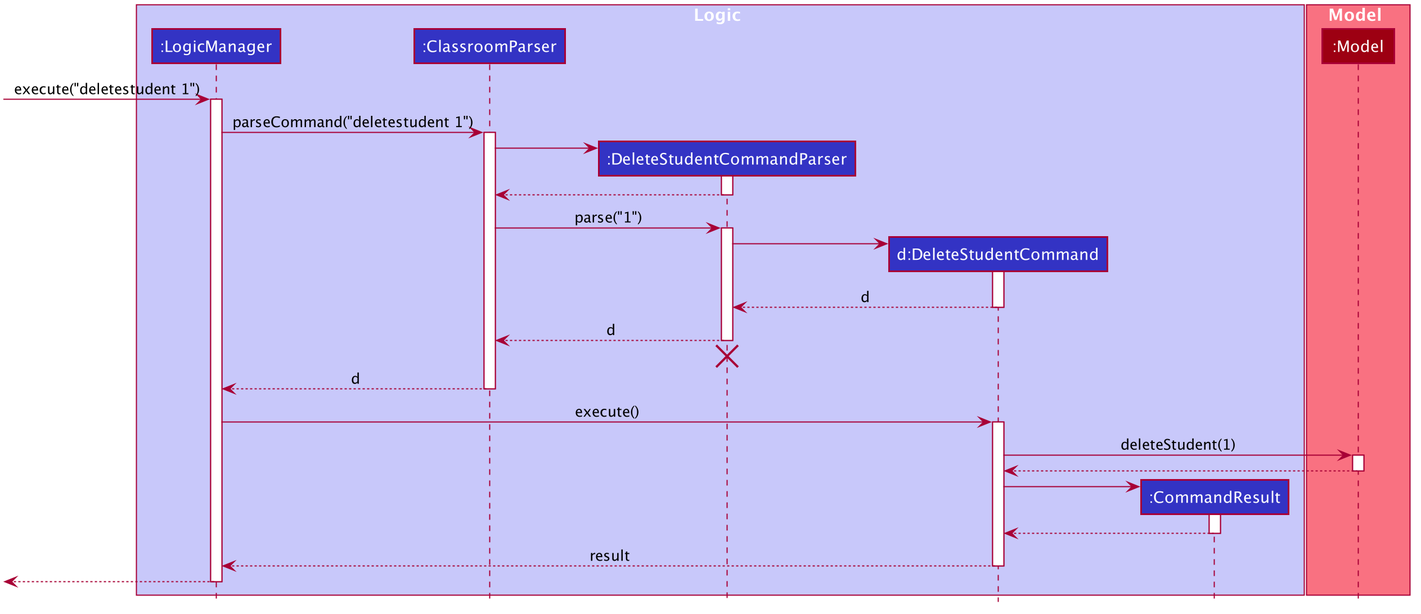
Above: images/DeleteSequenceDiagram.png in AY1920S1-CS2103-T14-1/main (PlantUML), before the change.
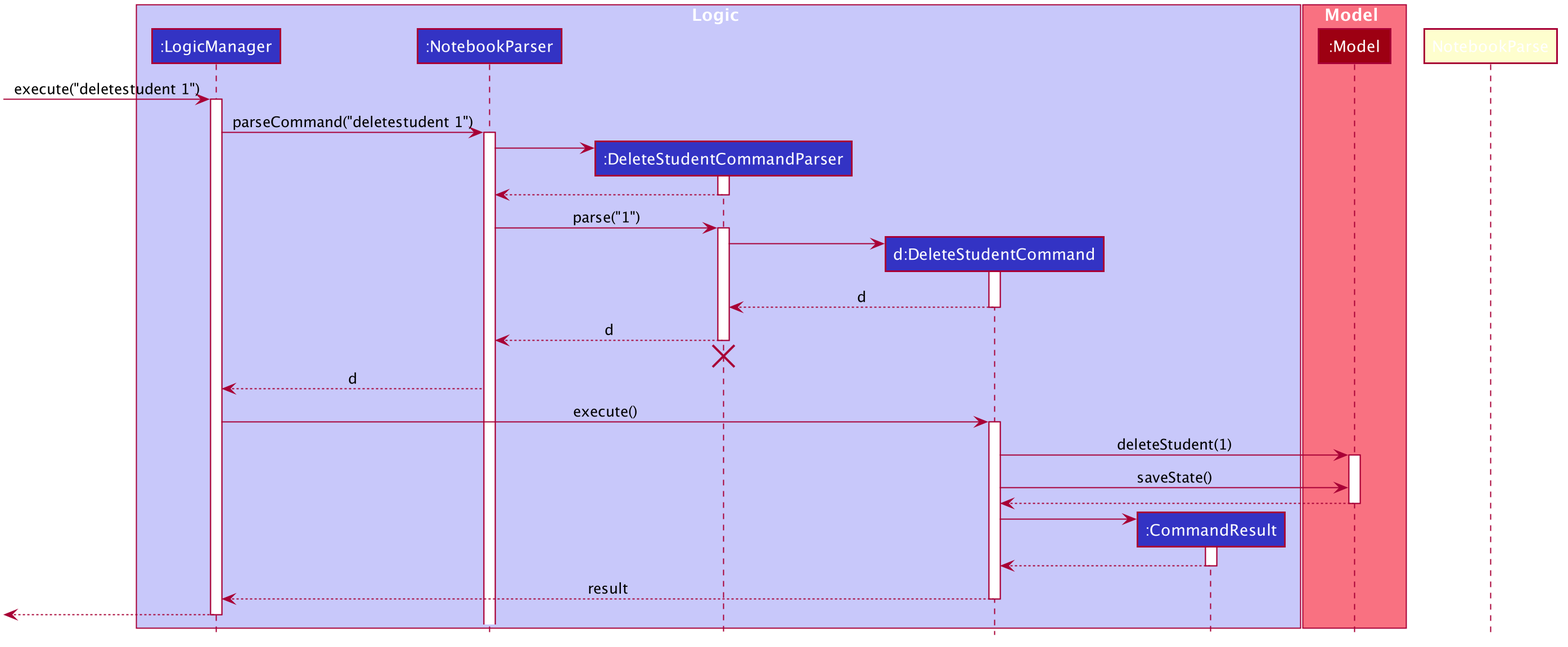
Above is the later version.

Change to the diagram source:
```diff
@@ -50,7 +50,7 @@
 
 box Logic #C8C8FA
 participant ":LogicManager" as LogicManager #3333C4
-participant ":ClassroomParser" as ClassroomParser #3333C4
+participant ":NotebookParser" as NotebookParser #3333C4
 participant ":DeleteStudentCommandParser" as DeleteStudentCommandParser #3333C4
 participant "d:DeleteStudentCommand" as DeleteStudentCommand #3333C4
 participant ":CommandResult" as CommandResult #3333C4
@@ -63,17 +63,17 @@
 [-> LogicManager : execute("deletestudent 1")
 activate LogicManager
 
-LogicManager -> ClassroomParser : parseCommand("deletestudent 1")
-activate ClassroomParser
+LogicManager -> NotebookParser : parseCommand("deletestudent 1")
+activate NotebookParser
 
 create DeleteStudentCommandParser
-ClassroomParser -> DeleteStudentCommandParser
+NotebookParser-> DeleteStudentCommandParser
 activate DeleteStudentCommandParser
 
-DeleteStudentCommandParser --> ClassroomParser
+DeleteStudentCommandParser --> NotebookParser
 deactivate DeleteStudentCommandParser
 
-ClassroomParser -> DeleteStudentCommandParser : parse("1")
+NotebookParser-> DeleteStudentCommandParser : parse("1")
 activate DeleteStudentCommandParser
 
 create DeleteStudentCommand
@@ -83,13 +83,13 @@
 DeleteStudentCommand --> DeleteStudentCommandParser : d
 deactivate DeleteStudentCommand
 
-DeleteStudentCommandParser --> ClassroomParser : d
+DeleteStudentCommandParser --> NotebookParser: d
 deactivate DeleteStudentCommandParser
-DeleteStudentCommandParser -[hidden]-> ClassroomParser
+DeleteStudentCommandParser -[hidden]-> NotebookParse
 destroy DeleteStudentCommandParser
 
-ClassroomParser --> LogicManager : d
-deactivate ClassroomParser
+NotebookParser--> LogicManager : d
+deactivate NotebookParse
 
 LogicManager -> DeleteStudentCommand : execute()
 activate DeleteStudentCommand
@@ -97,6 +97,7 @@
 DeleteStudentCommand -> Model : deleteStudent(1)
 activate Model
 
+DeleteStudentCommand -> Model : saveState()
 Model --> DeleteStudentCommand
 deactivate Model
 
```
